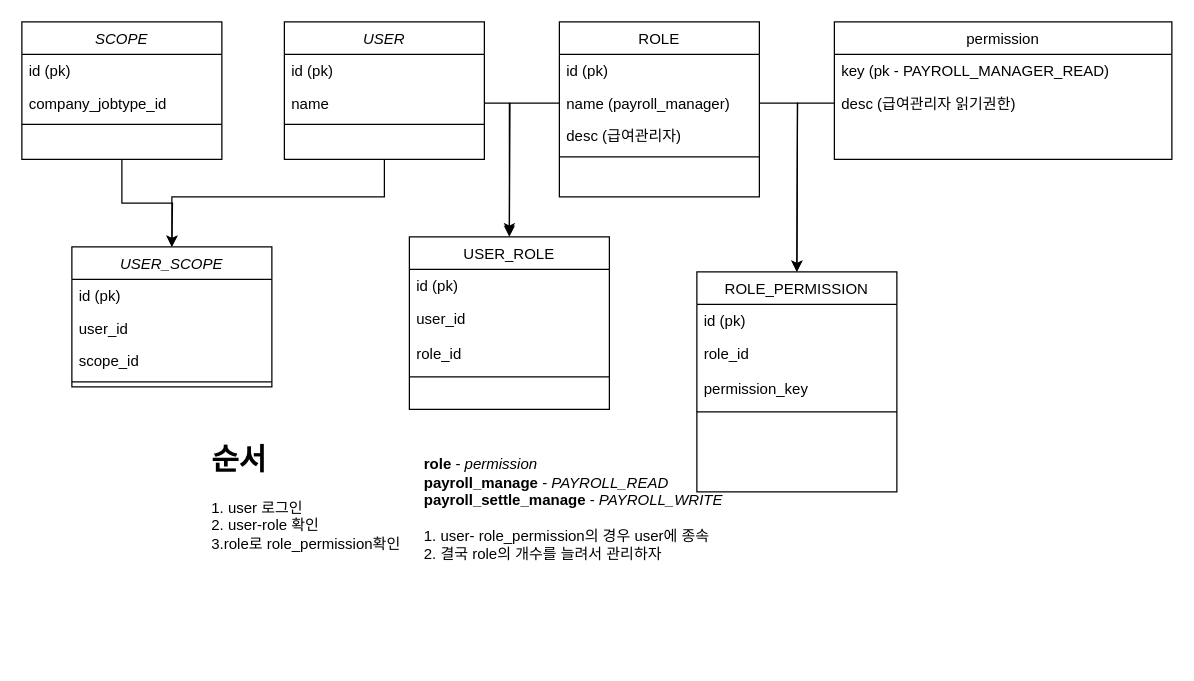
Before: 권한 ERD.drawio in kikii-develope/system_architecture_design, a draw.io diagram. Source tidied: cells renumbered, new cells numbered last; positions are measured from the earlier drawing's top-left corner, leaving out a move shared by most shapes. Both pictures are drawn from the tidied source at 125%, with x=0, y=0 at pixel (21, 21).
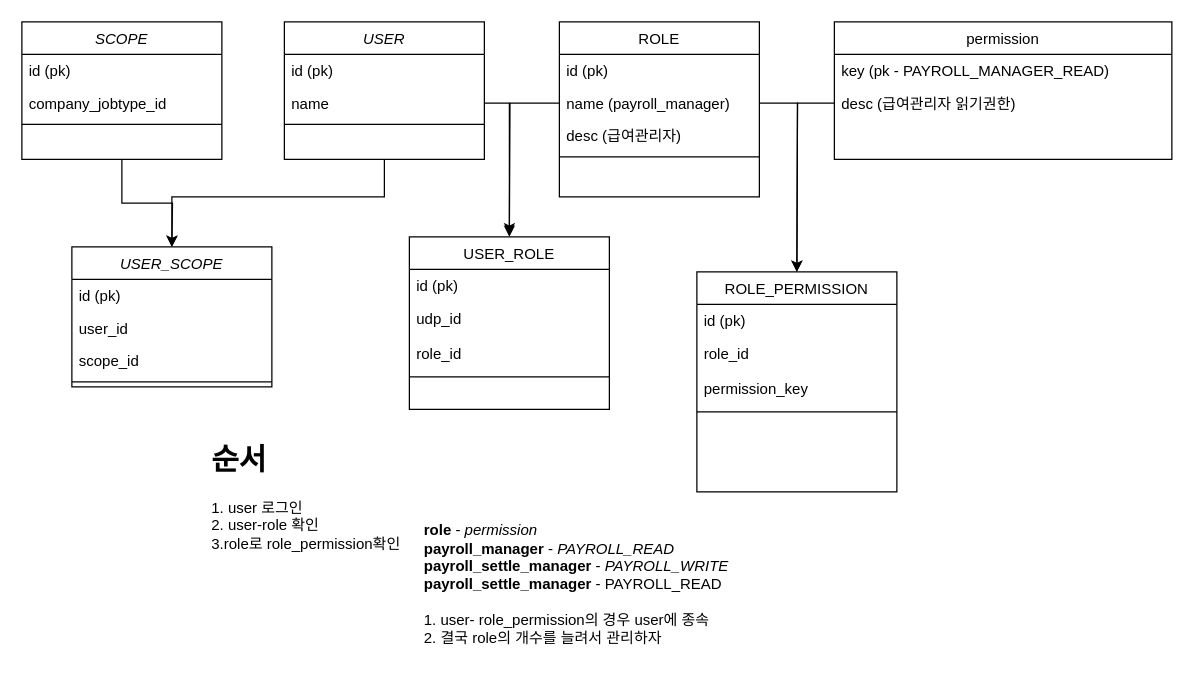
The same page after the edit.

Commit message:
권한 ERD.drawio 업데이트

The change refers to these unchanged cells:
```xml
<mxCell id="7" value="USER_ROLE" style="swimlane;fontStyle=0;align=center;verticalAlign=top;horizontal=1;startSize=26;rounded=0;shadow=0;strokeWidth=1;" parent="1" vertex="1">
  <mxGeometry x="310" y="172" width="160" height="138" as="geometry" />
</mxCell>
```

The edit, as a diff of the source:
```diff
@@
-    <mxCell id="9" value="user_id " style="text;align=left;verticalAlign=top;spacingLeft=4;spacingRight=4;overflow=hidden;rounded=0;shadow=0;html=0;" parent="7" vertex="1">
+    <mxCell id="9" value="udp_id" style="text;align=left;verticalAlign=top;spacingLeft=4;spacingRight=4;overflow=hidden;rounded=0;shadow=0;html=0;" parent="7" vertex="1">
       <mxGeometry y="52" width="160" height="28" as="geometry" />
     </mxCell>
@@
-    <mxCell id="40" value="&lt;div&gt;&lt;b&gt;role &lt;/b&gt;- &lt;i&gt;permission&lt;/i&gt;&amp;nbsp;&lt;/div&gt;&lt;div&gt;&lt;b&gt;payroll_manage&lt;/b&gt; - &lt;i&gt;PAYROLL_READ&lt;/i&gt;&lt;/div&gt;&lt;div&gt;&lt;b&gt;payroll_settle_manage&lt;/b&gt; - &lt;i&gt;PAYROLL_WRITE&lt;/i&gt;&lt;br&gt;&lt;br&gt;1. user- role_permission의 경우 user에 종속&lt;br&gt;2. 결국 role의 개수를 늘려서 관리하자&lt;/div&gt;" style="text;html=1;whiteSpace=wrap;strokeColor=none;fillColor=none;align=left;verticalAlign=middle;rounded=0;" parent="1" vertex="1">
-      <mxGeometry x="320" y="330" width="290" height="120" as="geometry" />
+    <mxCell id="40" value="&lt;div&gt;&lt;b&gt;role &lt;/b&gt;- &lt;i&gt;permission&lt;/i&gt;&amp;nbsp;&lt;/div&gt;&lt;div&gt;&lt;b&gt;payroll_manager&amp;nbsp;&lt;/b&gt;- &lt;i&gt;PAYROLL_READ&lt;/i&gt;&lt;/div&gt;&lt;div&gt;&lt;b&gt;payroll_settle_manager&lt;/b&gt; - &lt;i&gt;PAYROLL_WRITE&lt;/i&gt;&lt;br&gt;&lt;b&gt;payroll_settle_manager&lt;/b&gt; - PAYROLL_READ&lt;/div&gt;&lt;div&gt;&lt;br&gt;1. user- role_permission의 경우 user에 종속&lt;br&gt;2. 결국 role의 개수를 늘려서 관리하자&lt;/div&gt;" style="text;html=1;whiteSpace=wrap;strokeColor=none;fillColor=none;align=left;verticalAlign=middle;rounded=0;" parent="1" vertex="1">
+      <mxGeometry x="320" y="390" width="290" height="120" as="geometry" />
     </mxCell>
```
